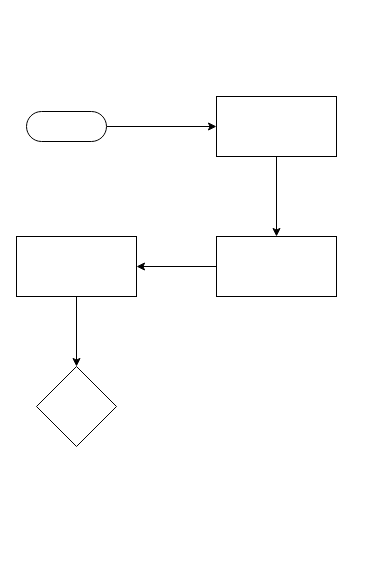
Earlier version of the draw.io diagram demo1.drawio (filbuk/drawio). Source tidied: cells renumbered, new cells numbered last; positions are measured from the earlier drawing's top-left corner, leaving out a move shared by most shapes. Both pictures are drawn from the tidied source at 100%, with x=0, y=0 at pixel (16, 96).
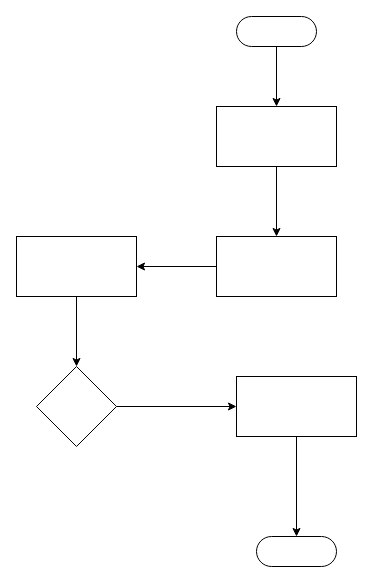
The same diagram, later.

What changed in the source:
```diff
@@
 <mxGraphModel>
   <root>
     <mxCell id="0" />
     <mxCell id="1" parent="0" />
     <mxCell id="2" style="edgeStyle=orthogonalEdgeStyle;rounded=0;jettySize=auto;html=1;" parent="1" edge="1" source="3" target="5">
       <mxGeometry relative="1" as="geometry" />
     </mxCell>
     <mxCell id="3" style="rounded=0;whiteSpace=wrap;html=1;" parent="1" vertex="1">
-      <mxGeometry x="200" width="120" height="60" as="geometry" />
+      <mxGeometry x="200" y="10" width="120" height="60" as="geometry" />
     </mxCell>
     <mxCell id="4" style="edgeStyle=orthogonalEdgeStyle;rounded=0;jettySize=auto;html=1;" parent="1" edge="1" source="5" target="7">
       <mxGeometry relative="1" as="geometry" />
     </mxCell>
     <mxCell id="5" style="whiteSpace=wrap;html=1;rounded=0;" parent="1" vertex="1">
       <mxGeometry x="200" y="140" width="120" height="60" as="geometry" />
     </mxCell>
     <mxCell id="6" style="edgeStyle=orthogonalEdgeStyle;rounded=0;jettySize=auto;html=1;" parent="1" edge="1" source="7" target="8">
       <mxGeometry relative="1" as="geometry" />
     </mxCell>
     <mxCell id="7" style="whiteSpace=wrap;html=1;rounded=0;" parent="1" vertex="1">
       <mxGeometry y="140" width="120" height="60" as="geometry" />
     </mxCell>
+    <mxCell id="11" style="edgeStyle=orthogonalEdgeStyle;rounded=0;jettySize=auto;html=1;" parent="1" edge="1" source="8" target="14">
+      <mxGeometry relative="1" as="geometry" />
+    </mxCell>
     <mxCell id="8" style="rhombus;whiteSpace=wrap;html=1;rounded=0;" parent="1" vertex="1">
       <mxGeometry x="20" y="270" width="80" height="80" as="geometry" />
     </mxCell>
-    <mxCell id="9" style="edgeStyle=orthogonalEdgeStyle;rounded=0;jettySize=auto;html=1;entryX=0;entryY=0.5;entryDx=0;entryDy=0;" parent="1" edge="1" source="10" target="3">
+    <mxCell id="9" style="edgeStyle=orthogonalEdgeStyle;rounded=0;jettySize=auto;html=1;entryX=0.5;entryY=0;entryDx=0;entryDy=0;" parent="1" edge="1" source="10" target="3">
       <mxGeometry relative="1" as="geometry" />
     </mxCell>
     <mxCell id="10" style="html=1;dashed=0;whitespace=wrap;shape=mxgraph.dfd.start;" parent="1" vertex="1">
-      <mxGeometry x="10" y="15" width="80" height="30" as="geometry" />
+      <mxGeometry x="220" y="-80" width="80" height="30" as="geometry" />
     </mxCell>
+    <mxCell id="12" style="html=1;dashed=0;whitespace=wrap;shape=mxgraph.dfd.start;" parent="1" vertex="1">
+      <mxGeometry x="240" y="440" width="80" height="30" as="geometry" />
+    </mxCell>
+    <mxCell id="13" style="edgeStyle=orthogonalEdgeStyle;rounded=0;jettySize=auto;html=1;entryX=0.5;entryY=0.5;entryDx=0;entryDy=-15;entryPerimeter=0;" parent="1" edge="1" source="14" target="12">
+      <mxGeometry relative="1" as="geometry" />
+    </mxCell>
+    <mxCell id="14" style="whiteSpace=wrap;html=1;rounded=0;" parent="1" vertex="1">
+      <mxGeometry x="220" y="280" width="120" height="60" as="geometry" />
+    </mxCell>
   </root>
 </mxGraphModel>
```
